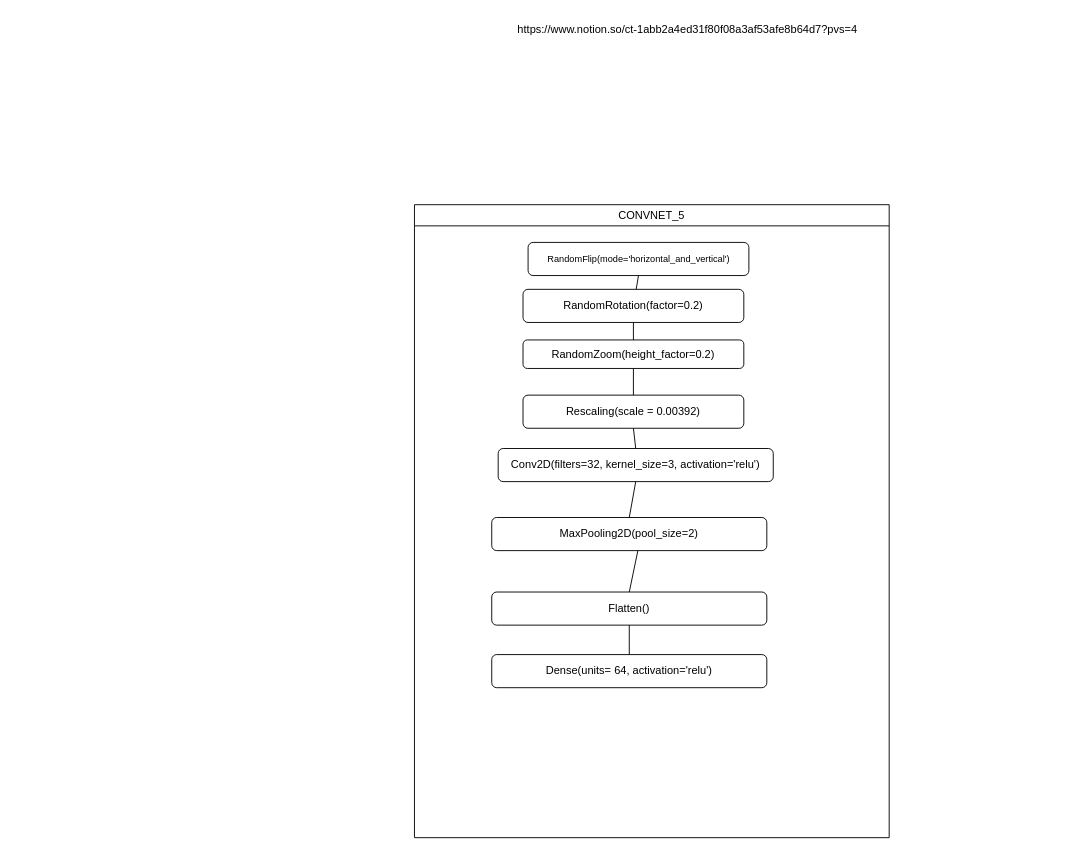
Earlier version of the draw.io diagram bai_lam.drawio (zalexdevon/plant_disease_classifier_new). Source tidied: cells renumbered, new cells numbered last; positions are measured from the earlier drawing's top-left corner, leaving out a move shared by most shapes. Both pictures are drawn from the tidied source at 92%, with x=0, y=0 at pixel (306, 16).
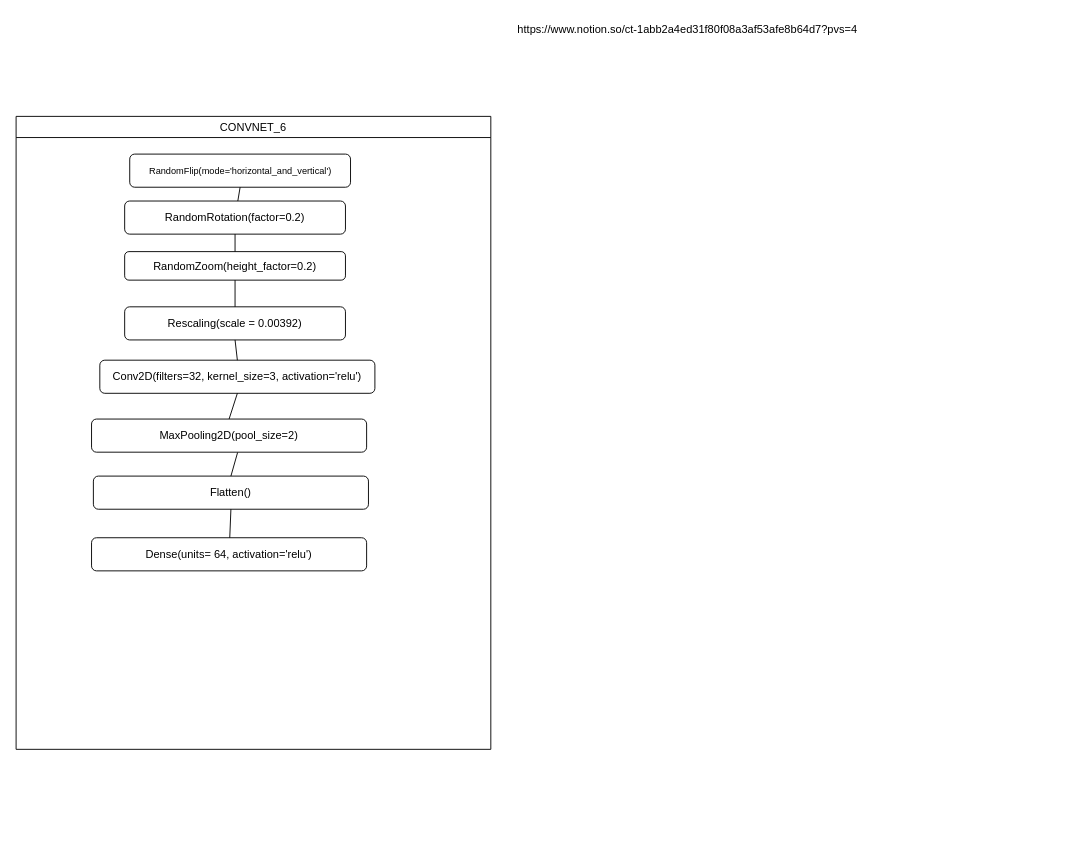
The same diagram, later.

Diff of the diagram source:
```diff
@@
 <mxGraphModel>
   <root>
     <mxCell id="0" />
     <mxCell id="1" parent="0" />
     <mxCell id="2" value="https://www.notion.so/ct-1abb2a4ed31f80f08a3af53afe8b64d7?pvs=4" style="text;html=1;align=center;verticalAlign=middle;whiteSpace=wrap;rounded=0;" parent="1" vertex="1">
       <mxGeometry width="828" height="30" as="geometry" />
     </mxCell>
-    <mxCell id="3" value="&lt;span style=&quot;font-weight: normal;&quot;&gt;CONVNET_5&lt;/span&gt;" style="swimlane;whiteSpace=wrap;html=1;startSize=23;" parent="1" vertex="1">
-      <mxGeometry x="117" y="205" width="516" height="688" as="geometry" />
+    <mxCell id="3" value="&lt;span style=&quot;font-weight: normal;&quot;&gt;CONVNET_6&lt;/span&gt;" style="swimlane;whiteSpace=wrap;html=1;startSize=23;" parent="1" vertex="1">
+      <mxGeometry x="-316" y="109" width="516" height="688" as="geometry" />
     </mxCell>
     <mxCell id="4" value="&lt;font style=&quot;font-size: 10px;&quot;&gt;RandomFlip(mode='horizontal_and_vertical')&lt;/font&gt;" style="rounded=1;whiteSpace=wrap;html=1;" parent="3" vertex="1">
       <mxGeometry x="123.5" y="41" width="240" height="36" as="geometry" />
     </mxCell>
     <mxCell id="5" value="RandomRotation(factor=0.2)" style="rounded=1;whiteSpace=wrap;html=1;" parent="3" vertex="1">
       <mxGeometry x="118" y="92" width="240" height="36" as="geometry" />
     </mxCell>
     <mxCell id="6" value="RandomZoom(height_factor=0.2)" style="rounded=1;whiteSpace=wrap;html=1;" parent="3" vertex="1">
       <mxGeometry x="118" y="147" width="240" height="31" as="geometry" />
     </mxCell>
     <mxCell id="7" value="Rescaling(scale = 0.00392)" style="rounded=1;whiteSpace=wrap;html=1;" parent="3" vertex="1">
       <mxGeometry x="118" y="207" width="240" height="36" as="geometry" />
     </mxCell>
     <mxCell id="8" value="Conv2D(filters=32, kernel_size=3, activation='relu')" style="rounded=1;whiteSpace=wrap;html=1;" parent="3" vertex="1">
       <mxGeometry x="91" y="265" width="299" height="36" as="geometry" />
     </mxCell>
     <mxCell id="9" value="Flatten()" style="rounded=1;whiteSpace=wrap;html=1;" parent="3" vertex="1">
-      <mxGeometry x="84" y="421" width="299" height="36" as="geometry" />
+      <mxGeometry x="84" y="391" width="299" height="36" as="geometry" />
     </mxCell>
     <mxCell id="10" value="Dense(units=  64, activation='relu')" style="rounded=1;whiteSpace=wrap;html=1;" parent="3" vertex="1">
-      <mxGeometry x="84" y="489" width="299" height="36" as="geometry" />
+      <mxGeometry x="82" y="458" width="299" height="36" as="geometry" />
     </mxCell>
     <mxCell id="11" style="endArrow=none;html=1;rounded=0;entryX=0.5;entryY=1;entryDx=0;entryDy=0;" parent="3" edge="1" source="5" target="4">
       <mxGeometry relative="1" as="geometry" />
     </mxCell>
     <mxCell id="12" style="endArrow=none;html=1;rounded=0;entryX=0.5;entryY=1;entryDx=0;entryDy=0;exitX=0.5;exitY=0;exitDx=0;exitDy=0;" parent="3" edge="1" source="6" target="5">
       <mxGeometry relative="1" as="geometry" />
     </mxCell>
     <mxCell id="13" style="endArrow=none;html=1;rounded=0;entryX=0.5;entryY=0;entryDx=0;entryDy=0;exitX=0.5;exitY=1;exitDx=0;exitDy=0;" parent="3" edge="1" source="7" target="8">
       <mxGeometry relative="1" as="geometry" />
     </mxCell>
     <mxCell id="14" style="endArrow=none;html=1;rounded=0;entryX=0.5;entryY=1;entryDx=0;entryDy=0;exitX=0.5;exitY=0;exitDx=0;exitDy=0;" parent="3" edge="1" source="7" target="6">
       <mxGeometry relative="1" as="geometry" />
     </mxCell>
     <mxCell id="15" style="endArrow=none;html=1;rounded=0;entryX=0.5;entryY=1;entryDx=0;entryDy=0;exitX=0.5;exitY=0;exitDx=0;exitDy=0;" parent="3" edge="1" source="17" target="8">
       <mxGeometry relative="1" as="geometry" />
     </mxCell>
     <mxCell id="16" style="endArrow=none;html=1;rounded=0;entryX=0.5;entryY=1;entryDx=0;entryDy=0;" parent="3" edge="1" source="10" target="9">
       <mxGeometry relative="1" as="geometry" />
     </mxCell>
     <mxCell id="17" value="MaxPooling2D(pool_size=2)" style="rounded=1;whiteSpace=wrap;html=1;" parent="3" vertex="1">
-      <mxGeometry x="84" y="340" width="299" height="36" as="geometry" />
+      <mxGeometry x="82" y="329" width="299" height="36" as="geometry" />
     </mxCell>
     <mxCell id="18" style="endArrow=none;html=1;rounded=0;entryX=0.531;entryY=1.009;entryDx=0;entryDy=0;exitX=0.5;exitY=0;exitDx=0;exitDy=0;entryPerimeter=0;" parent="3" edge="1" source="9" target="17">
       <mxGeometry relative="1" as="geometry" />
     </mxCell>
   </root>
 </mxGraphModel>
```
